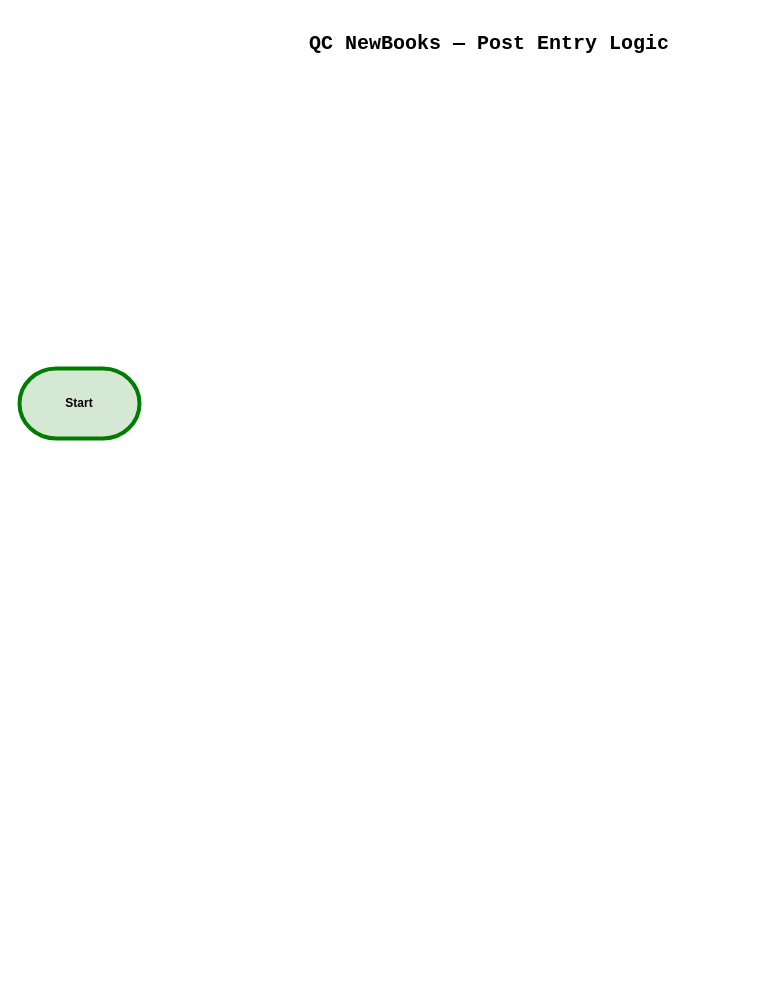
Before: page "Part A - Flowchart" (1 of 2) of QC_NewBooks_Diagrams.drawio in talyasharoni51-a11y/diagram-qc-new-books, a draw.io diagram. Source tidied: cells renumbered, new cells numbered last; positions are measured from the earlier drawing's top-left corner, leaving out a move shared by most shapes. Both pictures are drawn from the tidied source at 100%, with x=0, y=0 at pixel (19, 28).
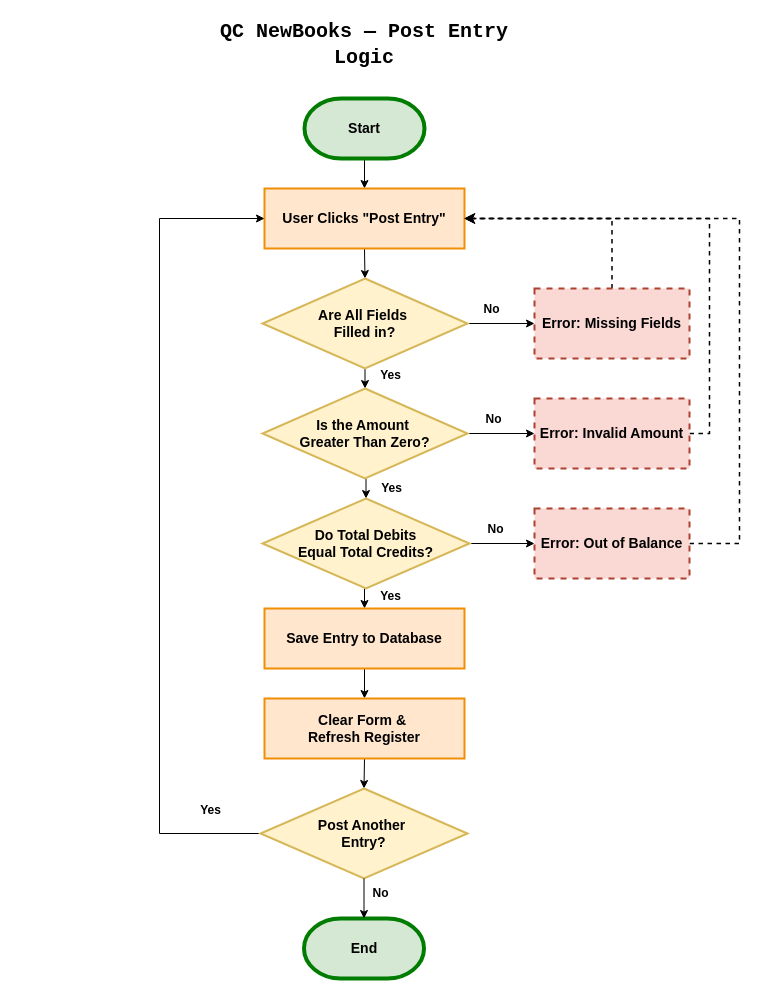
Above is the later version.

Change to the diagram source:
```diff
@@
-    <mxCell id="2" value="&lt;span style=&quot;font-family: &amp;quot;Share Tech Mono&amp;quot;, monospace; text-align: start; background-color: light-dark(rgb(255, 255, 255), rgba(0, 115, 123, 0.08));&quot;&gt;&lt;font style=&quot;color: rgb(0, 0, 0); font-size: 20px;&quot;&gt;&lt;b style=&quot;&quot;&gt;QC NewBooks — Post Entry Logic&lt;/b&gt;&lt;/font&gt;&lt;/span&gt;" style="text;html=1;whiteSpace=wrap;strokeColor=none;fillColor=none;align=center;verticalAlign=middle;rounded=0;" parent="1" vertex="1">
-      <mxGeometry x="265" width="410" height="30" as="geometry" />
+    <mxCell id="2" value="&lt;span style=&quot;font-family: &amp;quot;Share Tech Mono&amp;quot;, monospace; text-align: start; background-color: light-dark(rgb(255, 255, 255), rgba(0, 115, 123, 0.08));&quot;&gt;&lt;font style=&quot;color: rgb(0, 0, 0);&quot;&gt;QC NewBooks — Post Entry Logic&lt;/font&gt;&lt;/span&gt;" style="text;html=1;whiteSpace=wrap;strokeColor=none;fillColor=none;align=center;verticalAlign=middle;rounded=0;fontSize=20;fontStyle=1;" parent="1" vertex="1">
+      <mxGeometry x="175" width="340" height="30" as="geometry" />
     </mxCell>
+    <mxCell id="4" style="edgeStyle=orthogonalEdgeStyle;rounded=0;jettySize=auto;html=1;exitX=0.5;exitY=1;exitDx=0;exitDy=0;exitPerimeter=0;entryX=0.5;entryY=0;entryDx=0;entryDy=0;" parent="1" edge="1" source="3" target="6">
+      <mxGeometry relative="1" as="geometry" />
+    </mxCell>
-    <mxCell id="3" value="&lt;b&gt;Start&lt;/b&gt;" style="strokeWidth=4;html=1;shape=mxgraph.flowchart.terminator;whiteSpace=wrap;fillColor=#d5e8d4;strokeColor=#007C00;" parent="1" vertex="1">
-      <mxGeometry y="340" width="120" height="70" as="geometry" />
+    <mxCell id="3" value="&lt;b&gt;&lt;font style=&quot;font-size: 14px;&quot;&gt;Start&lt;/font&gt;&lt;/b&gt;" style="strokeWidth=4;html=1;shape=mxgraph.flowchart.terminator;whiteSpace=wrap;fillColor=#d5e8d4;strokeColor=#007C00;" parent="1" vertex="1">
+      <mxGeometry x="285" y="70" width="120" height="60" as="geometry" />
     </mxCell>
+    <mxCell id="5" style="edgeStyle=orthogonalEdgeStyle;rounded=0;jettySize=auto;html=1;exitX=0.5;exitY=1;exitDx=0;exitDy=0;entryX=0.5;entryY=0;entryDx=0;entryDy=0;" parent="1" edge="1" source="6" target="11">
+      <mxGeometry relative="1" as="geometry" />
+    </mxCell>
+    <mxCell id="6" value="&lt;b&gt;&lt;font style=&quot;font-size: 14px;&quot;&gt;User Clicks &quot;Post Entry&quot;&lt;/font&gt;&lt;/b&gt;" style="html=1;dashed=0;whiteSpace=wrap;fillColor=#ffe6cc;strokeColor=light-dark(#f08e05, #996500);strokeWidth=2;" parent="1" vertex="1">
+      <mxGeometry x="245" y="160" width="200" height="60" as="geometry" />
+    </mxCell>
+    <mxCell id="7" style="edgeStyle=orthogonalEdgeStyle;rounded=0;jettySize=auto;html=1;exitX=1;exitY=0.5;exitDx=0;exitDy=0;entryX=0;entryY=0.5;entryDx=0;entryDy=0;" parent="1" edge="1" source="11" target="13">
+      <mxGeometry relative="1" as="geometry" />
+    </mxCell>
+    <mxCell id="8" value="&lt;font&gt;&lt;b&gt;No&lt;/b&gt;&lt;/font&gt;" style="edgeLabel;html=1;align=center;verticalAlign=middle;fontSize=12;" parent="7" vertex="1">
+      <mxGeometry x="-0.14" y="-2" relative="1" as="geometry">
+        <mxPoint x="-6" y="-17" as="offset" />
+      </mxGeometry>
+    </mxCell>
+    <mxCell id="9" style="edgeStyle=orthogonalEdgeStyle;rounded=0;jettySize=auto;html=1;exitX=0.5;exitY=1;exitDx=0;exitDy=0;entryX=0.5;entryY=0;entryDx=0;entryDy=0;" parent="1" edge="1" source="11" target="18">
+      <mxGeometry relative="1" as="geometry" />
+    </mxCell>
+    <mxCell id="10" value="&lt;font&gt;&lt;b&gt;Yes&lt;/b&gt;&lt;/font&gt;" style="edgeLabel;html=1;align=center;verticalAlign=middle;fontSize=12;" parent="9" vertex="1">
+      <mxGeometry x="-0.45" y="2" relative="1" as="geometry">
+        <mxPoint x="23" as="offset" />
+      </mxGeometry>
+    </mxCell>
+    <mxCell id="11" value="&lt;b&gt;&lt;font style=&quot;font-size: 14px;&quot;&gt;Are All Fields&amp;nbsp;&lt;/font&gt;&lt;/b&gt;&lt;div&gt;&lt;b&gt;&lt;font style=&quot;font-size: 14px;&quot;&gt;Filled in?&lt;/font&gt;&lt;/b&gt;&lt;/div&gt;" style="rhombus;whiteSpace=wrap;html=1;strokeWidth=2;fillColor=#fff2cc;strokeColor=#d6b656;" parent="1" vertex="1">
+      <mxGeometry x="243" y="250" width="205" height="90" as="geometry" />
+    </mxCell>
+    <mxCell id="12" style="edgeStyle=orthogonalEdgeStyle;rounded=0;jettySize=auto;html=1;exitX=0.5;exitY=0;exitDx=0;exitDy=0;entryX=1;entryY=0.5;entryDx=0;entryDy=0;dashed=1;strokeWidth=1.5;" parent="1" edge="1" source="13" target="6">
+      <mxGeometry relative="1" as="geometry" />
+    </mxCell>
+    <mxCell id="13" value="&lt;b&gt;&lt;font style=&quot;font-size: 14px;&quot;&gt;Error: Missing Fields&lt;/font&gt;&lt;/b&gt;" style="html=1;dashed=1;whiteSpace=wrap;fillColor=#fad9d5;strokeColor=#ae4132;strokeWidth=2;" parent="1" vertex="1">
+      <mxGeometry x="515" y="260" width="155" height="70" as="geometry" />
+    </mxCell>
+    <mxCell id="14" style="edgeStyle=orthogonalEdgeStyle;rounded=0;jettySize=auto;html=1;exitX=1;exitY=0.5;exitDx=0;exitDy=0;entryX=0;entryY=0.5;entryDx=0;entryDy=0;" parent="1" edge="1" source="18" target="20">
+      <mxGeometry relative="1" as="geometry" />
+    </mxCell>
+    <mxCell id="15" value="&lt;font style=&quot;font-size: 12px;&quot;&gt;&lt;b&gt;No&lt;/b&gt;&lt;/font&gt;" style="edgeLabel;html=1;align=center;verticalAlign=middle;" parent="14" vertex="1">
+      <mxGeometry x="-0.26" y="7" relative="1" as="geometry">
+        <mxPoint y="-8" as="offset" />
+      </mxGeometry>
+    </mxCell>
+    <mxCell id="16" style="edgeStyle=orthogonalEdgeStyle;rounded=0;jettySize=auto;html=1;exitX=0.5;exitY=1;exitDx=0;exitDy=0;entryX=0.5;entryY=0;entryDx=0;entryDy=0;" parent="1" edge="1" source="18" target="25">
+      <mxGeometry relative="1" as="geometry" />
+    </mxCell>
+    <mxCell id="17" value="&lt;font style=&quot;font-size: 12px;&quot;&gt;&lt;b&gt;Yes&lt;/b&gt;&lt;/font&gt;" style="edgeLabel;html=1;align=center;verticalAlign=middle;" parent="16" vertex="1">
+      <mxGeometry x="-0.61" relative="1" as="geometry">
+        <mxPoint x="25" y="6" as="offset" />
+      </mxGeometry>
+    </mxCell>
+    <mxCell id="18" value="&lt;span style=&quot;font-size: 14px;&quot;&gt;&lt;b&gt;Is the Amount&amp;nbsp;&lt;/b&gt;&lt;/span&gt;&lt;div&gt;&lt;span style=&quot;font-size: 14px;&quot;&gt;&lt;b&gt;Greater Than Zero?&lt;/b&gt;&lt;/span&gt;&lt;/div&gt;" style="rhombus;whiteSpace=wrap;html=1;strokeWidth=2;fillColor=#fff2cc;strokeColor=#d6b656;" parent="1" vertex="1">
+      <mxGeometry x="243" y="360" width="205" height="90" as="geometry" />
+    </mxCell>
+    <mxCell id="19" style="edgeStyle=orthogonalEdgeStyle;rounded=0;jettySize=auto;html=1;exitX=1;exitY=0.5;exitDx=0;exitDy=0;entryX=1;entryY=0.5;entryDx=0;entryDy=0;dashed=1;strokeWidth=1.5;" parent="1" edge="1" source="20" target="6">
+      <mxGeometry relative="1" as="geometry" />
+    </mxCell>
+    <mxCell id="20" value="&lt;b&gt;&lt;font style=&quot;font-size: 14px;&quot;&gt;Error: Invalid Amount&lt;/font&gt;&lt;/b&gt;" style="html=1;dashed=1;whiteSpace=wrap;fillColor=#fad9d5;strokeColor=#ae4132;strokeWidth=2;" parent="1" vertex="1">
+      <mxGeometry x="515" y="370" width="155" height="70" as="geometry" />
+    </mxCell>
+    <mxCell id="21" style="edgeStyle=orthogonalEdgeStyle;rounded=0;jettySize=auto;html=1;exitX=1;exitY=0.5;exitDx=0;exitDy=0;entryX=0;entryY=0.5;entryDx=0;entryDy=0;" parent="1" edge="1" source="25" target="27">
+      <mxGeometry relative="1" as="geometry" />
+    </mxCell>
+    <mxCell id="22" value="&lt;font style=&quot;font-size: 12px;&quot;&gt;&lt;b&gt;No&lt;/b&gt;&lt;/font&gt;" style="edgeLabel;html=1;align=center;verticalAlign=middle;" parent="21" vertex="1">
+      <mxGeometry x="-0.22" y="-1" relative="1" as="geometry">
+        <mxPoint y="-16" as="offset" />
+      </mxGeometry>
+    </mxCell>
+    <mxCell id="23" style="edgeStyle=orthogonalEdgeStyle;rounded=0;jettySize=auto;html=1;exitX=0.5;exitY=1;exitDx=0;exitDy=0;entryX=0.5;entryY=0;entryDx=0;entryDy=0;" parent="1" edge="1" source="25" target="29">
+      <mxGeometry relative="1" as="geometry" />
+    </mxCell>
+    <mxCell id="24" value="&lt;b&gt;&lt;font style=&quot;font-size: 12px;&quot;&gt;Yes&lt;/font&gt;&lt;/b&gt;" style="edgeLabel;html=1;align=center;verticalAlign=middle;" parent="23" vertex="1">
+      <mxGeometry x="-0.19" relative="1" as="geometry">
+        <mxPoint x="25" as="offset" />
+      </mxGeometry>
+    </mxCell>
+    <mxCell id="25" value="&lt;b style=&quot;font-size: 14px;&quot;&gt;Do Total Debits&lt;/b&gt;&lt;div&gt;&lt;b style=&quot;font-size: 14px;&quot;&gt;Equal Total Credits?&lt;/b&gt;&lt;/div&gt;" style="rhombus;whiteSpace=wrap;html=1;strokeWidth=2;fillColor=#fff2cc;strokeColor=#d6b656;" parent="1" vertex="1">
+      <mxGeometry x="243" y="470" width="207" height="90" as="geometry" />
+    </mxCell>
+    <mxCell id="26" style="edgeStyle=orthogonalEdgeStyle;rounded=0;jettySize=auto;html=1;exitX=1;exitY=0.5;exitDx=0;exitDy=0;entryX=1;entryY=0.5;entryDx=0;entryDy=0;dashed=1;strokeWidth=1.5;" parent="1" edge="1" source="27" target="6">
+      <mxGeometry relative="1" as="geometry">
+        <Array as="points">
+          <mxPoint x="720" y="515" />
+          <mxPoint x="720" y="190" />
+        </Array>
+      </mxGeometry>
+    </mxCell>
+    <mxCell id="27" value="&lt;b&gt;&lt;font style=&quot;font-size: 14px;&quot;&gt;Error: Out of Balance&lt;/font&gt;&lt;/b&gt;" style="html=1;dashed=1;whiteSpace=wrap;fillColor=#fad9d5;strokeColor=#ae4132;strokeWidth=2;" parent="1" vertex="1">
+      <mxGeometry x="515" y="480" width="155" height="70" as="geometry" />
+    </mxCell>
+    <mxCell id="28" style="edgeStyle=orthogonalEdgeStyle;rounded=0;jettySize=auto;html=1;exitX=0.5;exitY=1;exitDx=0;exitDy=0;entryX=0.5;entryY=0;entryDx=0;entryDy=0;" parent="1" edge="1" source="29" target="31">
+      <mxGeometry relative="1" as="geometry" />
+    </mxCell>
+    <mxCell id="29" value="&lt;b&gt;&lt;font style=&quot;font-size: 14px;&quot;&gt;Save Entry to Database&lt;/font&gt;&lt;/b&gt;" style="html=1;dashed=0;whiteSpace=wrap;fillColor=#ffe6cc;strokeColor=light-dark(#f08e05, #996500);strokeWidth=2;" parent="1" vertex="1">
+      <mxGeometry x="245" y="580" width="200" height="60" as="geometry" />
+    </mxCell>
+    <mxCell id="30" style="edgeStyle=orthogonalEdgeStyle;rounded=0;jettySize=auto;html=1;exitX=0.5;exitY=1;exitDx=0;exitDy=0;entryX=0.5;entryY=0;entryDx=0;entryDy=0;" parent="1" edge="1" source="31" target="34">
+      <mxGeometry relative="1" as="geometry" />
+    </mxCell>
+    <mxCell id="31" value="&lt;b&gt;&lt;font style=&quot;font-size: 14px;&quot;&gt;Clear Form &amp;amp;&amp;nbsp;&lt;/font&gt;&lt;/b&gt;&lt;div&gt;&lt;b&gt;&lt;font style=&quot;font-size: 14px;&quot;&gt;Refresh Register&lt;/font&gt;&lt;/b&gt;&lt;/div&gt;" style="html=1;dashed=0;whiteSpace=wrap;fillColor=#ffe6cc;strokeColor=light-dark(#f08e05, #996500);strokeWidth=2;" parent="1" vertex="1">
+      <mxGeometry x="245" y="670" width="200" height="60" as="geometry" />
+    </mxCell>
+    <mxCell id="32" style="edgeStyle=orthogonalEdgeStyle;rounded=0;jettySize=auto;html=1;exitX=0;exitY=0.5;exitDx=0;exitDy=0;entryX=0;entryY=0.5;entryDx=0;entryDy=0;" parent="1" edge="1" source="34" target="6">
+      <mxGeometry relative="1" as="geometry">
+        <Array as="points">
+          <mxPoint x="140" y="805" />
+          <mxPoint x="140" y="190" />
+        </Array>
+      </mxGeometry>
+    </mxCell>
+    <mxCell id="33" value="&lt;b&gt;&lt;font style=&quot;font-size: 12px;&quot;&gt;Yes&lt;/font&gt;&lt;/b&gt;" style="edgeLabel;html=1;align=center;verticalAlign=middle;" parent="32" vertex="1">
+      <mxGeometry x="0.01" y="-1" relative="1" as="geometry">
+        <mxPoint x="49" y="290" as="offset" />
+      </mxGeometry>
+    </mxCell>
+    <mxCell id="34" value="&lt;span style=&quot;font-size: 14px;&quot;&gt;&lt;b&gt;Post Another&amp;nbsp;&lt;/b&gt;&lt;/span&gt;&lt;div&gt;&lt;span style=&quot;font-size: 14px;&quot;&gt;&lt;b&gt;Entry?&lt;/b&gt;&lt;/span&gt;&lt;/div&gt;" style="rhombus;whiteSpace=wrap;html=1;strokeWidth=2;fillColor=#fff2cc;strokeColor=#d6b656;" parent="1" vertex="1">
+      <mxGeometry x="241" y="760" width="207" height="90" as="geometry" />
+    </mxCell>
+    <mxCell id="35" value="&lt;b&gt;&lt;font style=&quot;font-size: 14px;&quot;&gt;End&lt;/font&gt;&lt;/b&gt;" style="strokeWidth=4;html=1;shape=mxgraph.flowchart.terminator;whiteSpace=wrap;fillColor=#d5e8d4;strokeColor=#007C00;" parent="1" vertex="1">
+      <mxGeometry x="284.5" y="890" width="120" height="60" as="geometry" />
+    </mxCell>
+    <mxCell id="36" style="edgeStyle=orthogonalEdgeStyle;rounded=0;jettySize=auto;html=1;exitX=0.5;exitY=1;exitDx=0;exitDy=0;entryX=0.5;entryY=0;entryDx=0;entryDy=0;entryPerimeter=0;" parent="1" edge="1" source="34" target="35">
+      <mxGeometry relative="1" as="geometry" />
+    </mxCell>
+    <mxCell id="37" value="&lt;b&gt;&lt;font style=&quot;font-size: 12px;&quot;&gt;No&lt;/font&gt;&lt;/b&gt;" style="edgeLabel;html=1;align=center;verticalAlign=middle;" parent="36" vertex="1">
+      <mxGeometry x="-0.32" y="5" relative="1" as="geometry">
+        <mxPoint x="11" as="offset" />
+      </mxGeometry>
+    </mxCell>
```
